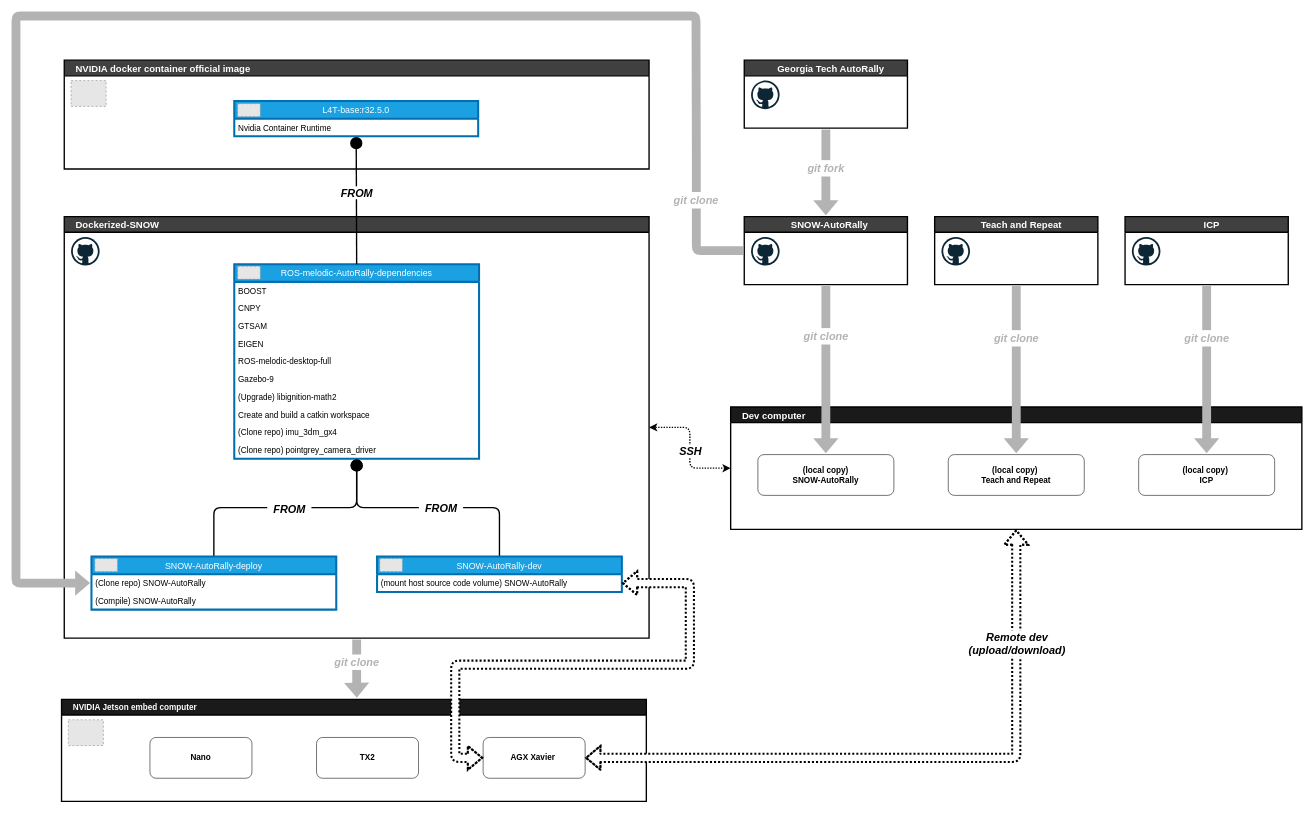
Above: visual/Dockerized-SNOW-plan-2.drawio in RedLeader962/Dockerized-SNOW (draw.io), before the change. Source tidied: cells renumbered, new cells numbered last; positions are measured from the earlier drawing's top-left corner, leaving out a move shared by most shapes. Both pictures are drawn from the tidied source at 68%, with x=0, y=0 at pixel (16, 16). Pictures stored in the file or linked from it are replaced by grey dashed boxes.
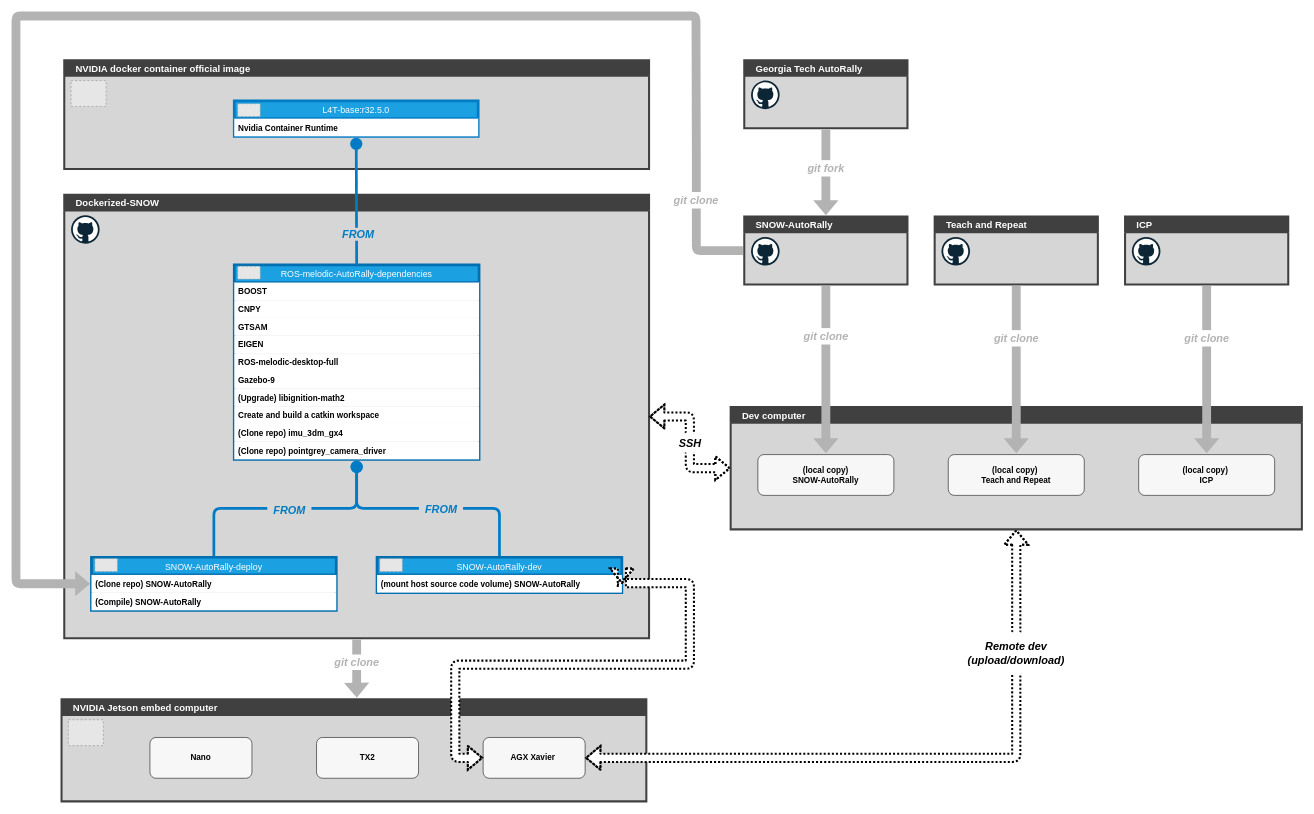
Above is the later version.

The change refers to these unchanged cells:
```xml
<mxCell id="35" value="&lt;span style=&quot;font-weight: bold&quot;&gt;AGX Xavier&amp;nbsp;&lt;/span&gt;" style="rounded=1;whiteSpace=wrap;html=1;startSize=23;align=center;opacity=80;" parent="33" vertex="1">
  <mxGeometry x="620" y="56" width="150" height="60" as="geometry" />
</mxCell>
```

Change to the diagram source:
```diff
@@
-    <mxCell id="2" value="NVIDIA docker container official image" style="swimlane;align=left;spacingLeft=15;strokeWidth=2;rounded=0;shadow=0;sketch=0;fillColor=#404040;fontStyle=1;fontSize=14;fontColor=#FFFFFF;" parent="1" vertex="1">
+    <mxCell id="2" value="NVIDIA docker container official image" style="swimlane;align=left;spacingLeft=15;strokeWidth=3;rounded=0;shadow=0;sketch=0;fillColor=#404040;fontStyle=1;fontSize=14;fontColor=#FFFFFF;labelBackgroundColor=none;swimlaneFillColor=#D6D6D6;backgroundOutline=0;strokeColor=#404040;" parent="1" vertex="1">
       <mxGeometry x="71" y="65" width="860" height="160" as="geometry" />
     </mxCell>
@@
-    <mxCell id="4" value="L4T-base:r32.5.0" style="swimlane;fontStyle=0;horizontal=1;startSize=26;fillColor=#1ba1e2;strokeColor=#006EAF;fontColor=#ffffff;strokeWidth=3;sketch=0;shadow=0;fontSize=13;" parent="2" vertex="1">
+    <mxCell id="4" value="L4T-base:r32.5.0" style="swimlane;fontStyle=0;horizontal=1;startSize=26;fillColor=#1ba1e2;fontColor=#ffffff;strokeWidth=4;sketch=0;shadow=0;fontSize=13;swimlaneFillColor=none;rounded=0;strokeColor=#007BC4;" parent="2" vertex="1">
       <mxGeometry x="250" y="60" width="358.7" height="52" as="geometry" />
     </mxCell>
-    <mxCell id="5" value="Nvidia Container Runtime" style="text;strokeColor=none;fillColor=none;align=left;verticalAlign=top;spacingLeft=4;spacingRight=4;overflow=hidden;" parent="4" vertex="1">
+    <mxCell id="5" value="Nvidia Container Runtime" style="text;strokeColor=none;align=left;verticalAlign=top;spacingLeft=4;spacingRight=4;overflow=hidden;fontStyle=1;fillColor=#FFFFFF;" parent="4" vertex="1">
       <mxGeometry y="26" width="358.7" height="26" as="geometry" />
     </mxCell>
-    <mxCell id="6" value="Dockerized-SNOW" style="swimlane;align=left;spacingLeft=15;strokeWidth=2;rounded=0;shadow=0;sketch=0;fillColor=#404040;fontStyle=1;fontSize=14;fontColor=#FFFFFF;" parent="1" vertex="1">
-      <mxGeometry x="71" y="295" width="860" height="620" as="geometry" />
+    <mxCell id="6" value="Dockerized-SNOW" style="swimlane;align=left;spacingLeft=15;strokeWidth=3;rounded=0;shadow=0;sketch=0;fillColor=#404040;fontStyle=1;fontSize=14;fontColor=#FFFFFF;swimlaneFillColor=#D6D6D6;strokeColor=#404040;" parent="1" vertex="1">
+      <mxGeometry x="71" y="263" width="860" height="652" as="geometry" />
     </mxCell>
@@
-    <mxCell id="8" style="edgeStyle=orthogonalEdgeStyle;rounded=1;jettySize=auto;html=1;strokeWidth=2;startArrow=circle;startFill=1;endArrow=none;endFill=0;sourcePerimeterSpacing=0;jumpStyle=arc;jumpSize=6;sketch=0;shadow=0;" parent="6" edge="1" source="10" target="23">
+    <mxCell id="8" style="edgeStyle=orthogonalEdgeStyle;rounded=1;jettySize=auto;html=1;strokeWidth=4;startArrow=circle;startFill=1;endArrow=none;endFill=0;jumpStyle=arc;jumpSize=6;sketch=0;shadow=0;fontColor=#007BC4;strokeColor=#007BC4;endSize=3;startSize=3;" parent="6" edge="1" source="10" target="23">
       <mxGeometry relative="1" as="geometry" />
     </mxCell>
-    <mxCell id="9" value="&lt;b&gt;&lt;i&gt;&lt;font style=&quot;font-size: 16px&quot;&gt;&amp;nbsp; FROM &amp;nbsp;&lt;br&gt;&lt;/font&gt;&lt;/i&gt;&lt;/b&gt;" style="edgeLabel;html=1;align=center;verticalAlign=middle;" parent="8" vertex="1">
+    <mxCell id="9" value="&lt;b&gt;&lt;i&gt;&lt;font style=&quot;font-size: 16px&quot;&gt;&lt;font color=&quot;#007bc4&quot;&gt;&amp;nbsp; FROM &amp;nbsp;&lt;/font&gt;&lt;br&gt;&lt;/font&gt;&lt;/i&gt;&lt;/b&gt;" style="edgeLabel;html=1;align=center;verticalAlign=middle;labelBackgroundColor=#D6D6D6;" parent="8" vertex="1">
       <mxGeometry x="0.1" relative="1" as="geometry" />
     </mxCell>
-    <mxCell id="10" value="ROS-melodic-AutoRally-dependencies" style="swimlane;fontStyle=0;horizontal=1;startSize=26;fillColor=#1ba1e2;fontColor=#ffffff;strokeColor=#006EAF;strokeWidth=3;sketch=0;shadow=0;fontSize=13;" parent="6" vertex="1">
-      <mxGeometry x="250" y="70" width="360" height="286" as="geometry" />
+    <mxCell id="10" value="ROS-melodic-AutoRally-dependencies" style="swimlane;fontStyle=0;horizontal=1;startSize=26;fontColor=#ffffff;strokeColor=#006EAF;strokeWidth=4;sketch=0;shadow=0;fontSize=13;swimlaneFillColor=none;swimlaneLine=1;rounded=0;perimeterSpacing=0;labelBorderColor=none;fillColor=#1BA1E2;" parent="6" vertex="1">
+      <mxGeometry x="250" y="103" width="360" height="286" as="geometry" />
     </mxCell>
-    <mxCell id="11" value="BOOST   " style="text;strokeColor=none;fillColor=none;align=left;verticalAlign=top;spacingLeft=4;spacingRight=4;overflow=hidden;" parent="10" vertex="1">
+    <mxCell id="11" value="BOOST   " style="text;strokeColor=none;fillColor=#FFFFFF;align=left;verticalAlign=top;spacingLeft=4;spacingRight=4;overflow=hidden;fontStyle=1;" parent="10" vertex="1">
       <mxGeometry y="26" width="360" height="26" as="geometry" />
     </mxCell>
-    <mxCell id="12" value="CNPY" style="text;strokeColor=none;fillColor=none;align=left;verticalAlign=top;spacingLeft=4;spacingRight=4;overflow=hidden;" parent="10" vertex="1">
+    <mxCell id="12" value="CNPY" style="text;strokeColor=none;fillColor=#FFFFFF;align=left;verticalAlign=top;spacingLeft=4;spacingRight=4;overflow=hidden;fontStyle=1;" parent="10" vertex="1">
       <mxGeometry y="52" width="360" height="26" as="geometry" />
     </mxCell>
-    <mxCell id="13" value="GTSAM " style="text;strokeColor=none;fillColor=none;align=left;verticalAlign=top;spacingLeft=4;spacingRight=4;overflow=hidden;" parent="10" vertex="1">
+    <mxCell id="13" value="GTSAM " style="text;strokeColor=none;fillColor=#FFFFFF;align=left;verticalAlign=top;spacingLeft=4;spacingRight=4;overflow=hidden;fontStyle=1;" parent="10" vertex="1">
       <mxGeometry y="78" width="360" height="26" as="geometry" />
     </mxCell>
-    <mxCell id="14" value="EIGEN" style="text;strokeColor=none;fillColor=none;align=left;verticalAlign=top;spacingLeft=4;spacingRight=4;overflow=hidden;" parent="10" vertex="1">
+    <mxCell id="14" value="EIGEN" style="text;strokeColor=none;fillColor=#FFFFFF;align=left;verticalAlign=top;spacingLeft=4;spacingRight=4;overflow=hidden;fontStyle=1;" parent="10" vertex="1">
       <mxGeometry y="104" width="360" height="26" as="geometry" />
     </mxCell>
-    <mxCell id="15" value="ROS-melodic-desktop-full" style="text;strokeColor=none;fillColor=none;align=left;verticalAlign=top;spacingLeft=4;spacingRight=4;overflow=hidden;" parent="10" vertex="1">
+    <mxCell id="15" value="ROS-melodic-desktop-full" style="text;strokeColor=none;fillColor=#FFFFFF;align=left;verticalAlign=top;spacingLeft=4;spacingRight=4;overflow=hidden;fontStyle=1;" parent="10" vertex="1">
       <mxGeometry y="130" width="360" height="26" as="geometry" />
     </mxCell>
-    <mxCell id="16" value="Gazebo-9" style="text;strokeColor=none;fillColor=none;align=left;verticalAlign=top;spacingLeft=4;spacingRight=4;overflow=hidden;" parent="10" vertex="1">
+    <mxCell id="16" value="Gazebo-9" style="text;strokeColor=none;fillColor=#FFFFFF;align=left;verticalAlign=top;spacingLeft=4;spacingRight=4;overflow=hidden;fontStyle=1;" parent="10" vertex="1">
       <mxGeometry y="156" width="360" height="26" as="geometry" />
     </mxCell>
-    <mxCell id="17" value="(Upgrade) libignition-math2    " style="text;strokeColor=none;fillColor=none;align=left;verticalAlign=top;spacingLeft=4;spacingRight=4;overflow=hidden;" parent="10" vertex="1">
+    <mxCell id="17" value="(Upgrade) libignition-math2    " style="text;strokeColor=none;fillColor=#FFFFFF;align=left;verticalAlign=top;spacingLeft=4;spacingRight=4;overflow=hidden;fontStyle=1;" parent="10" vertex="1">
       <mxGeometry y="182" width="360" height="26" as="geometry" />
     </mxCell>
-    <mxCell id="18" value="Create and build a catkin workspace" style="text;strokeColor=none;fillColor=none;align=left;verticalAlign=top;spacingLeft=4;spacingRight=4;overflow=hidden;" parent="10" vertex="1">
+    <mxCell id="18" value="Create and build a catkin workspace" style="text;strokeColor=none;fillColor=#FFFFFF;align=left;verticalAlign=top;spacingLeft=4;spacingRight=4;overflow=hidden;fontStyle=1;" parent="10" vertex="1">
       <mxGeometry y="208" width="360" height="26" as="geometry" />
     </mxCell>
-    <mxCell id="19" value="(Clone repo) imu_3dm_gx4" style="text;strokeColor=none;fillColor=none;align=left;verticalAlign=top;spacingLeft=4;spacingRight=4;overflow=hidden;" parent="10" vertex="1">
+    <mxCell id="19" value="(Clone repo) imu_3dm_gx4" style="text;strokeColor=none;fillColor=#FFFFFF;align=left;verticalAlign=top;spacingLeft=4;spacingRight=4;overflow=hidden;fontStyle=1;" parent="10" vertex="1">
       <mxGeometry y="234" width="360" height="26" as="geometry" />
     </mxCell>
-    <mxCell id="20" value="(Clone repo) pointgrey_camera_driver" style="text;strokeColor=none;fillColor=none;align=left;verticalAlign=top;spacingLeft=4;spacingRight=4;overflow=hidden;" parent="10" vertex="1">
+    <mxCell id="20" value="(Clone repo) pointgrey_camera_driver" style="text;strokeColor=none;fillColor=#FFFFFF;align=left;verticalAlign=top;spacingLeft=4;spacingRight=4;overflow=hidden;fontStyle=1;" parent="10" vertex="1">
       <mxGeometry y="260" width="360" height="26" as="geometry" />
     </mxCell>
-    <mxCell id="21" style="edgeStyle=orthogonalEdgeStyle;rounded=1;jettySize=auto;html=1;startArrow=circle;startFill=1;endArrow=none;endFill=0;strokeWidth=2;sourcePerimeterSpacing=0;jumpStyle=arc;jumpSize=6;sketch=0;shadow=0;" parent="6" edge="1" source="10" target="25">
+    <mxCell id="21" style="edgeStyle=orthogonalEdgeStyle;rounded=1;jettySize=auto;html=1;startArrow=circle;startFill=1;endArrow=none;endFill=0;strokeWidth=4;jumpStyle=arc;jumpSize=6;sketch=0;shadow=0;fontColor=#007BC4;strokeColor=#007BC4;endSize=3;startSize=3;" parent="6" edge="1" source="10" target="25">
       <mxGeometry relative="1" as="geometry" />
     </mxCell>
-    <mxCell id="22" value="&lt;b&gt;&lt;i&gt;&lt;font style=&quot;font-size: 16px&quot;&gt;&amp;nbsp; FROM &amp;nbsp;&lt;/font&gt;&lt;/i&gt;&lt;/b&gt;" style="edgeLabel;html=1;align=center;verticalAlign=middle;" parent="21" vertex="1">
+    <mxCell id="22" value="&lt;b&gt;&lt;i&gt;&lt;font style=&quot;font-size: 16px&quot;&gt;&amp;nbsp; FROM &amp;nbsp;&lt;/font&gt;&lt;/i&gt;&lt;/b&gt;" style="edgeLabel;html=1;align=center;verticalAlign=middle;labelBackgroundColor=#D6D6D6;fontColor=#007BC4;" parent="21" vertex="1">
       <mxGeometry x="-0.03" y="2" relative="1" as="geometry" />
     </mxCell>
-    <mxCell id="23" value="SNOW-AutoRally-dev" style="swimlane;fontStyle=0;horizontal=1;startSize=26;fillColor=#1ba1e2;fontColor=#ffffff;strokeColor=#006EAF;strokeWidth=3;sketch=0;shadow=0;fontSize=13;" parent="6" vertex="1">
-      <mxGeometry x="460" y="500" width="360" height="52" as="geometry" />
+    <mxCell id="23" value="SNOW-AutoRally-dev" style="swimlane;fontStyle=0;horizontal=1;startSize=26;fillColor=#1ba1e2;fontColor=#ffffff;strokeColor=#006EAF;strokeWidth=4;sketch=0;shadow=0;fontSize=13;rounded=0;" parent="6" vertex="1">
+      <mxGeometry x="460" y="533" width="360" height="52" as="geometry" />
     </mxCell>
-    <mxCell id="24" value="(mount host source code volume) SNOW-AutoRally " style="text;strokeColor=none;fillColor=none;align=left;verticalAlign=top;spacingLeft=4;spacingRight=4;overflow=hidden;points=[[0,0.5],[1,0.5]];portConstraint=eastwest;" parent="23" vertex="1">
+    <mxCell id="24" value="(mount host source code volume) SNOW-AutoRally " style="text;strokeColor=none;fillColor=#FFFFFF;align=left;verticalAlign=top;spacingLeft=4;spacingRight=4;overflow=hidden;points=[[0,0.5],[1,0.5]];portConstraint=eastwest;fontStyle=1;" parent="23" vertex="1">
       <mxGeometry y="26" width="360" height="26" as="geometry" />
     </mxCell>
-    <mxCell id="25" value="SNOW-AutoRally-deploy" style="swimlane;fontStyle=0;horizontal=1;startSize=26;fillColor=#1ba1e2;fontColor=#ffffff;strokeColor=#006EAF;strokeWidth=3;sketch=0;shadow=0;fontSize=13;" parent="6" vertex="1">
-      <mxGeometry x="40" y="500" width="360" height="78" as="geometry" />
+    <mxCell id="25" value="SNOW-AutoRally-deploy" style="swimlane;fontStyle=0;horizontal=1;startSize=26;fillColor=#1ba1e2;fontColor=#ffffff;strokeColor=#006EAF;strokeWidth=4;sketch=0;shadow=0;fontSize=13;rounded=0;" parent="6" vertex="1">
+      <mxGeometry x="40" y="533" width="360" height="78" as="geometry" />
     </mxCell>
-    <mxCell id="26" value="(Clone repo) SNOW-AutoRally " style="text;strokeColor=none;fillColor=none;align=left;verticalAlign=top;spacingLeft=4;spacingRight=4;overflow=hidden;points=[[0,0.5],[1,0.5]];portConstraint=eastwest;" parent="25" vertex="1">
+    <mxCell id="26" value="(Clone repo) SNOW-AutoRally " style="text;strokeColor=none;fillColor=#FFFFFF;align=left;verticalAlign=top;spacingLeft=4;spacingRight=4;overflow=hidden;points=[[0,0.5],[1,0.5]];portConstraint=eastwest;fontStyle=1;" parent="25" vertex="1">
       <mxGeometry y="26" width="360" height="26" as="geometry" />
     </mxCell>
-    <mxCell id="27" value="(Compile) SNOW-AutoRally " style="text;strokeColor=none;fillColor=none;align=left;verticalAlign=top;spacingLeft=4;spacingRight=4;overflow=hidden;" parent="25" vertex="1">
+    <mxCell id="27" value="(Compile) SNOW-AutoRally " style="text;strokeColor=none;fillColor=#FFFFFF;align=left;verticalAlign=top;spacingLeft=4;spacingRight=4;overflow=hidden;fontStyle=1;" parent="25" vertex="1">
       <mxGeometry y="52" width="360" height="26" as="geometry" />
     </mxCell>
-    <mxCell id="28" value="&lt;b&gt;&lt;i&gt;&lt;font style=&quot;font-size: 16px&quot;&gt;&amp;nbsp; FROM &amp;nbsp;&lt;/font&gt;&lt;/i&gt;&lt;/b&gt;" style="edgeStyle=orthogonalEdgeStyle;rounded=1;jettySize=auto;html=1;entryX=0.5;entryY=0;entryDx=0;entryDy=0;strokeWidth=2;startSize=6;startArrow=circle;startFill=1;endSize=6;endArrow=none;endFill=0;sketch=0;shadow=0;jumpStyle=arc;" parent="1" edge="1" source="4" target="10">
+    <mxCell id="28" style="edgeStyle=orthogonalEdgeStyle;rounded=1;jettySize=auto;html=1;entryX=0.5;entryY=0;entryDx=0;entryDy=0;strokeWidth=4;startSize=3;startArrow=circle;startFill=1;endSize=3;endArrow=none;endFill=0;sketch=0;shadow=0;jumpStyle=arc;strokeColor=#007BC4;fontColor=#007BC4;" parent="1" edge="1" source="4" target="10">
       <mxGeometry x="-0.12" y="1" relative="1" as="geometry" />
     </mxCell>
+    <mxCell id="78" value="&lt;b style=&quot;font-size: 11px;&quot;&gt;&lt;i&gt;&lt;font style=&quot;font-size: 16px&quot;&gt;&amp;nbsp; FROM &amp;nbsp;&lt;/font&gt;&lt;/i&gt;&lt;/b&gt;" style="edgeLabel;html=1;align=center;verticalAlign=middle;fontSize=16;labelBackgroundColor=#D6D6D6;fontColor=#007BC4;" parent="28" vertex="1">
+      <mxGeometry x="0.52" y="1" relative="1" as="geometry" />
+    </mxCell>
-    <mxCell id="29" value="SNOW-AutoRally " style="swimlane;align=center;spacingLeft=15;strokeWidth=2;rounded=0;shadow=0;sketch=0;fillColor=#404040;fontStyle=1;fontSize=14;fontColor=#FFFFFF;" parent="1" vertex="1">
+    <mxCell id="29" value="SNOW-AutoRally " style="swimlane;align=left;spacingLeft=15;strokeWidth=3;rounded=0;shadow=0;sketch=0;fillColor=#404040;fontStyle=1;fontSize=14;fontColor=#FFFFFF;swimlaneFillColor=#D6D6D6;strokeColor=#404040;" parent="1" vertex="1">
       <mxGeometry x="1071" y="295" width="240" height="100" as="geometry" />
     </mxCell>
@@
-    <mxCell id="31" value="Georgia Tech AutoRally" style="swimlane;align=center;spacingLeft=15;strokeWidth=2;rounded=0;shadow=0;sketch=0;fillColor=#404040;fontStyle=1;fontSize=14;fontColor=#FFFFFF;" parent="1" vertex="1">
+    <mxCell id="31" value="Georgia Tech AutoRally" style="swimlane;align=left;spacingLeft=15;strokeWidth=3;rounded=0;shadow=0;sketch=0;fillColor=#404040;fontStyle=1;fontSize=14;fontColor=#FFFFFF;labelBackgroundColor=none;swimlaneFillColor=#D6D6D6;strokeColor=#404040;" parent="1" vertex="1">
       <mxGeometry x="1071" y="65" width="240" height="100" as="geometry" />
     </mxCell>
@@
-    <mxCell id="33" value="NVIDIA Jetson embed computer" style="swimlane;align=left;spacingLeft=15;strokeWidth=2;rounded=0;shadow=0;sketch=0;fontStyle=1;fillColor=#1A1A1A;fontColor=#FFFFFF;" parent="1" vertex="1">
+    <mxCell id="33" value="NVIDIA Jetson embed computer" style="swimlane;align=left;spacingLeft=15;strokeWidth=3;rounded=0;shadow=0;sketch=0;fontStyle=1;fillColor=#404040;fontColor=#FFFFFF;fontSize=14;swimlaneFillColor=#D6D6D6;strokeColor=#404040;" parent="1" vertex="1">
       <mxGeometry x="67" y="1005" width="860" height="150" as="geometry" />
     </mxCell>
@@
-    <mxCell id="38" style="edgeStyle=orthogonalEdgeStyle;rounded=1;jumpStyle=arc;jumpSize=6;jettySize=auto;html=1;exitX=0.5;exitY=1;exitDx=0;exitDy=0;entryX=1;entryY=0.5;entryDx=0;entryDy=0;endArrow=classic;strokeWidth=3;dashed=1;startArrow=classic;startFill=1;sketch=0;shadow=0;shape=flexArrow;dashPattern=1 1;fillColor=#ffffff;" parent="1" edge="1" source="43" target="35">
+    <mxCell id="38" style="edgeStyle=orthogonalEdgeStyle;rounded=1;jumpStyle=arc;jumpSize=6;jettySize=auto;html=1;exitX=0.5;exitY=1;exitDx=0;exitDy=0;entryX=1;entryY=0.5;entryDx=0;entryDy=0;endArrow=block;strokeWidth=3;dashed=1;startArrow=block;startFill=0;sketch=0;shadow=0;shape=flexArrow;dashPattern=1 1;fillColor=#ffffff;endFill=0;" parent="1" edge="1" source="43" target="35">
       <mxGeometry relative="1" as="geometry" />
     </mxCell>
-    <mxCell id="39" value="&lt;i style=&quot;&quot;&gt;&lt;font style=&quot;font-size: 16px&quot;&gt;&lt;b&gt;Remote dev&lt;br&gt;(upload/download)&lt;/b&gt;&lt;/font&gt;&lt;/i&gt;" style="edgeLabel;html=1;align=center;verticalAlign=middle;" parent="38" vertex="1">
-      <mxGeometry x="-0.79" relative="1" as="geometry">
-        <mxPoint y="65" as="offset" />
-      </mxGeometry>
-    </mxCell>
@@
-    <mxCell id="41" style="edgeStyle=orthogonalEdgeStyle;rounded=1;jumpStyle=arc;jumpSize=6;jettySize=auto;html=1;strokeWidth=2;dashed=1;dashPattern=1 1;startFill=1;startArrow=classic;entryX=1;entryY=0.5;entryDx=0;entryDy=0;sketch=0;shadow=0;" parent="1" edge="1" source="43" target="6">
+    <mxCell id="41" style="edgeStyle=orthogonalEdgeStyle;rounded=1;jumpStyle=arc;jumpSize=6;jettySize=auto;html=1;strokeWidth=3;dashed=1;dashPattern=1 1;startFill=0;startArrow=block;entryX=1;entryY=0.5;entryDx=0;entryDy=0;sketch=0;shadow=0;shape=flexArrow;fillColor=#ffffff;endFill=0;endArrow=block;" parent="1" edge="1" source="43" target="6">
       <mxGeometry relative="1" as="geometry" />
     </mxCell>
-    <mxCell id="42" value="&lt;b&gt;&lt;i&gt;&lt;font style=&quot;font-size: 16px&quot;&gt;&amp;nbsp; SSH &amp;nbsp;&lt;/font&gt;&lt;/i&gt;&lt;/b&gt;" style="edgeLabel;html=1;align=center;verticalAlign=middle;" parent="41" vertex="1">
-      <mxGeometry x="-0.14" relative="1" as="geometry">
-        <mxPoint y="-9" as="offset" />
-      </mxGeometry>
-    </mxCell>
-    <mxCell id="43" value="Dev computer" style="swimlane;align=left;spacingLeft=15;strokeWidth=2;rounded=0;shadow=0;sketch=0;fontStyle=1;fontSize=14;fillColor=#1A1A1A;fontColor=#FFFFFF;" parent="1" vertex="1">
+    <mxCell id="43" value="Dev computer" style="swimlane;align=left;spacingLeft=15;strokeWidth=3;rounded=0;shadow=0;sketch=0;fontStyle=1;fontSize=14;fillColor=#404040;fontColor=#FFFFFF;swimlaneFillColor=#D6D6D6;strokeColor=#404040;" parent="1" vertex="1">
       <mxGeometry x="1051" y="575" width="840" height="180" as="geometry" />
     </mxCell>
@@
-    <mxCell id="47" value="Teach and Repeat" style="swimlane;align=center;spacingLeft=15;strokeWidth=2;rounded=0;shadow=0;sketch=0;fillColor=#404040;fontStyle=1;fontSize=14;fontColor=#FFFFFF;" parent="1" vertex="1">
+    <mxCell id="47" value="Teach and Repeat" style="swimlane;align=left;spacingLeft=15;strokeWidth=3;rounded=0;shadow=0;sketch=0;fillColor=#404040;fontStyle=1;fontSize=14;fontColor=#FFFFFF;swimlaneFillColor=#D6D6D6;strokeColor=#404040;" parent="1" vertex="1">
       <mxGeometry x="1351" y="295" width="240" height="100" as="geometry" />
     </mxCell>
@@
-    <mxCell id="49" value="ICP" style="swimlane;align=center;spacingLeft=15;strokeWidth=2;rounded=0;shadow=0;sketch=0;fillColor=#404040;fontStyle=1;fontSize=14;fontColor=#FFFFFF;" parent="1" vertex="1">
+    <mxCell id="49" value="ICP" style="swimlane;align=left;spacingLeft=15;strokeWidth=3;rounded=0;shadow=0;sketch=0;fillColor=#404040;fontStyle=1;fontSize=14;fontColor=#FFFFFF;swimlaneFillColor=#D6D6D6;strokeColor=#404040;" parent="1" vertex="1">
       <mxGeometry x="1631" y="295" width="240" height="100" as="geometry" />
     </mxCell>
@@
+    <mxCell id="39" value="&lt;i style=&quot;font-size: 11px&quot;&gt;&lt;font style=&quot;font-size: 16px&quot;&gt;&lt;b&gt;Remote dev&lt;br&gt;(upload/download)&lt;/b&gt;&lt;/font&gt;&lt;/i&gt;" style="rounded=1;whiteSpace=wrap;html=1;labelBackgroundColor=#ffffff;dashed=1;strokeWidth=3;dashPattern=1 1;perimeterSpacing=0;strokeColor=#FFFFFF;arcSize=50;" parent="1" vertex="1">
+      <mxGeometry x="1384" y="907" width="174" height="60" as="geometry" />
+    </mxCell>
+    <mxCell id="42" value="&lt;font size=&quot;3&quot;&gt;&lt;b&gt;&lt;i&gt;SSH&lt;/i&gt;&lt;/b&gt;&lt;/font&gt;" style="rounded=1;whiteSpace=wrap;html=1;labelBackgroundColor=#ffffff;dashed=1;strokeWidth=3;dashPattern=1 1;perimeterSpacing=0;strokeColor=#FFFFFF;arcSize=50;" parent="1" vertex="1">
+      <mxGeometry x="965" y="614" width="53" height="28" as="geometry" />
+    </mxCell>
```
